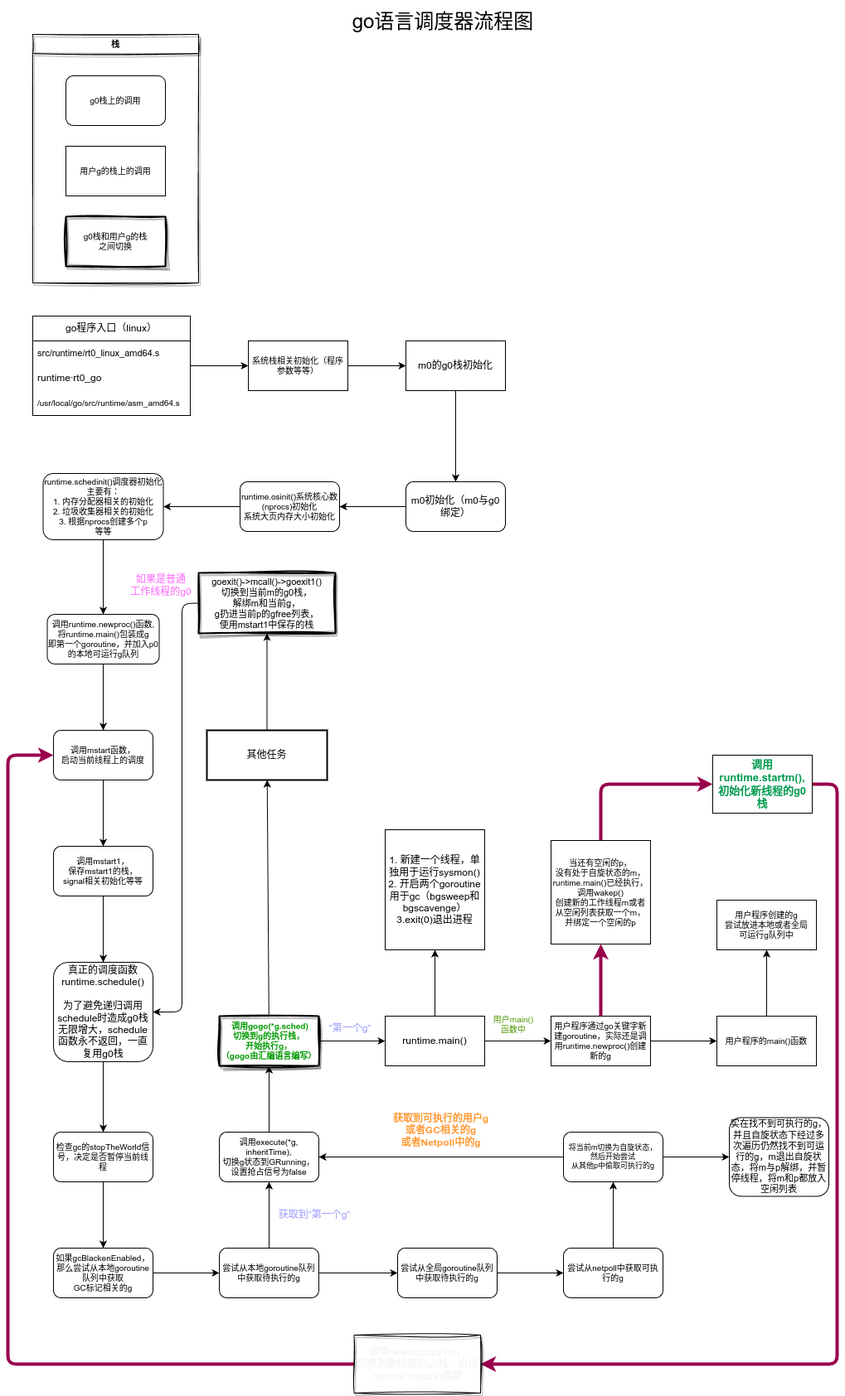
Above: go_sched.png in moqsien/img_repo (draw.io), before the change. Source tidied: cells renumbered, new cells last; positions are measured from the earlier drawing's top-left corner, leaving out a move shared by most shapes.
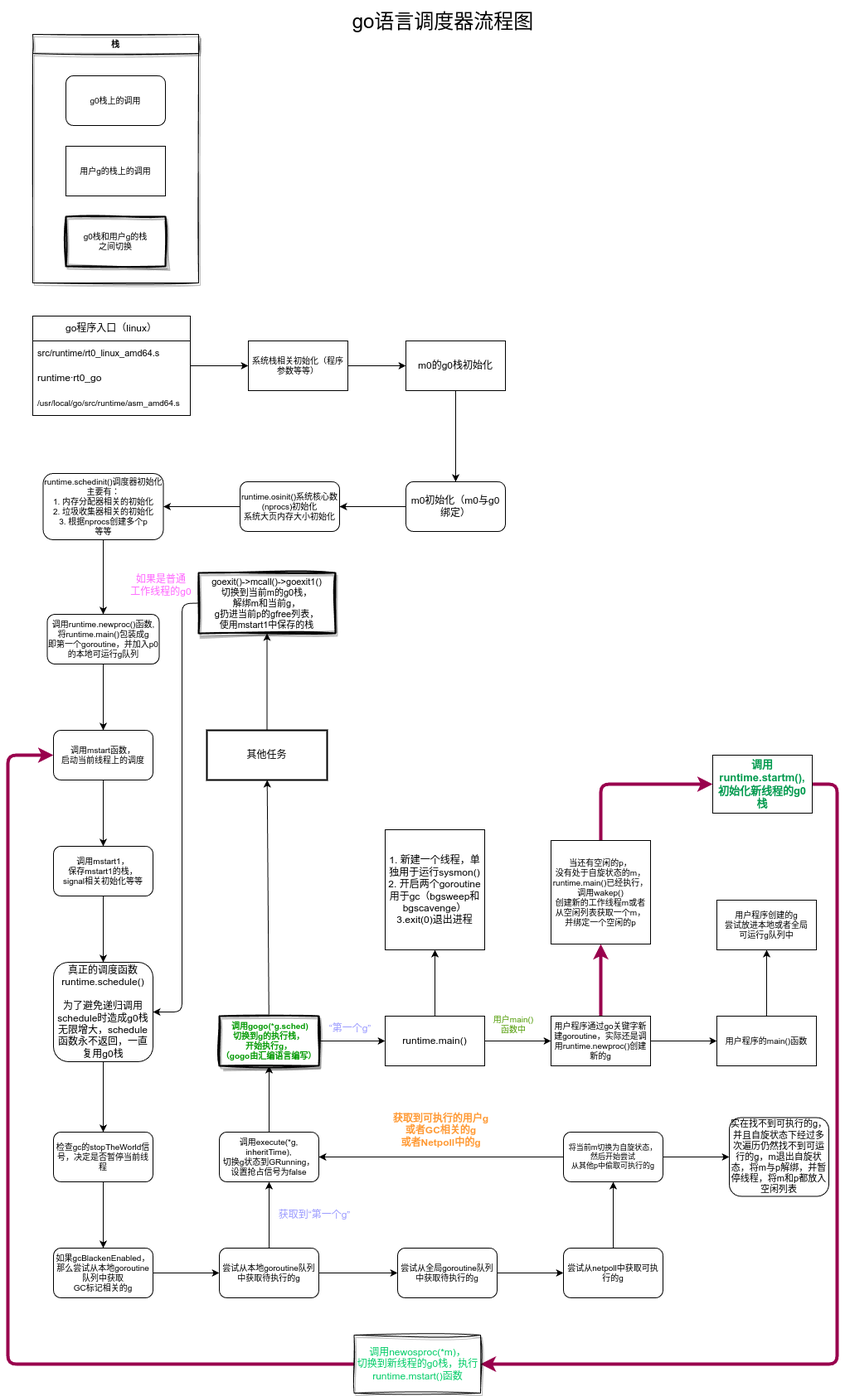
Above is the later version.

Change to the diagram source:
```diff
@@ -234,7 +234,7 @@
         </Array>
       </mxGeometry>
     </mxCell>
-    <mxCell id="74" value="&lt;font style=&quot;font-size: 12px;&quot;&gt;&lt;span style=&quot;color: rgb(240, 240, 240);&quot;&gt;调用newosproc(*m)，&lt;/span&gt;&lt;br style=&quot;color: rgb(240, 240, 240);&quot;&gt;&lt;span style=&quot;color: rgb(240, 240, 240);&quot;&gt;切换到新线程的g0栈，执行runtime.mstart()函数&lt;/span&gt;&lt;/font&gt;" style="whiteSpace=wrap;html=1;rounded=0;shadow=1;sketch=1;curveFitting=1;jiggle=2;fillColor=none;" parent="1" vertex="1">
+    <mxCell id="74" value="&lt;font color=&quot;#00cc66&quot; style=&quot;font-size: 12px;&quot;&gt;调用newosproc(*m)，&lt;br style=&quot;&quot;&gt;切换到新线程的g0栈，执行runtime.mstart()函数&lt;/font&gt;" style="whiteSpace=wrap;html=1;rounded=0;shadow=1;sketch=1;curveFitting=1;jiggle=2;fillColor=none;" parent="1" vertex="1">
       <mxGeometry x="417.5" y="1610" width="152.5" height="70" as="geometry" />
     </mxCell>
   </root>
```
